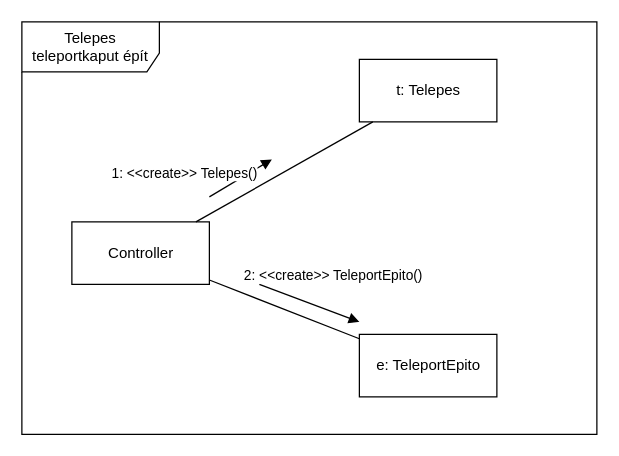
torpeBoiGo/aszteroidabanyaszat keeps this draw.io diagram as doc/kommunikacio/kom_TelepesKaputEpit.drawio. Above is the earlier version. Source tidied: cells renumbered, new cells numbered last; positions are measured from the earlier drawing's top-left corner, leaving out a move shared by most shapes. Both pictures are drawn from the tidied source at 125%, with x=0, y=0 at pixel (21, 21).
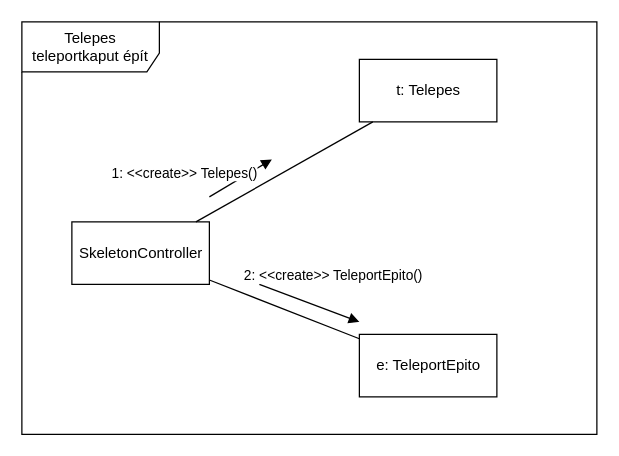
After the change.

The edit, as a diff of the source:
```diff
@@
 <mxGraphModel>
   <root>
     <mxCell id="0" />
     <mxCell id="1" parent="0" />
     <mxCell id="2" value="Telepes teleportkaput épít" style="shape=umlFrame;whiteSpace=wrap;html=1;width=110;height=40;" parent="1" vertex="1">
       <mxGeometry width="460" height="330" as="geometry" />
     </mxCell>
     <mxCell id="3" value="t: Telepes" style="html=1;" parent="1" vertex="1">
       <mxGeometry x="270" y="30" width="110" height="50" as="geometry" />
     </mxCell>
     <mxCell id="4" value="e: TeleportEpito" style="html=1;" parent="1" vertex="1">
       <mxGeometry x="270" y="250" width="110" height="50" as="geometry" />
     </mxCell>
-    <mxCell id="5" value="Controller" style="html=1;" parent="1" vertex="1">
+    <mxCell id="5" value="SkeletonController" style="html=1;" parent="1" vertex="1">
       <mxGeometry x="40" y="160" width="110" height="50" as="geometry" />
     </mxCell>
     <mxCell id="6" style="html=1;verticalAlign=bottom;endArrow=none;endFill=0;" parent="1" edge="1" source="5" target="3">
       <mxGeometry relative="1" as="geometry" />
     </mxCell>
     <mxCell id="7" style="html=1;verticalAlign=bottom;endArrow=none;endFill=0;" parent="1" edge="1" source="5" target="4">
       <mxGeometry relative="1" as="geometry" />
     </mxCell>
     <mxCell id="8" value="1: &amp;lt;&amp;lt;create&amp;gt;&amp;gt; Telepes()" style="html=1;verticalAlign=bottom;endArrow=block;" parent="1" edge="1">
       <mxGeometry x="-1" y="22" relative="1" as="geometry">
         <mxPoint x="150" y="140" as="sourcePoint" />
         <mxPoint x="200" y="110" as="targetPoint" />
         <mxPoint x="-9" y="9" as="offset" />
       </mxGeometry>
     </mxCell>
     <mxCell id="9" value="2: &amp;lt;&amp;lt;create&amp;gt;&amp;gt; TeleportEpito()" style="html=1;verticalAlign=bottom;endArrow=block;" parent="1" edge="1">
       <mxGeometry x="0.31" y="19" relative="1" as="geometry">
         <mxPoint x="190" y="210" as="sourcePoint" />
         <mxPoint x="270" y="240" as="targetPoint" />
       </mxGeometry>
     </mxCell>
   </root>
 </mxGraphModel>
```
